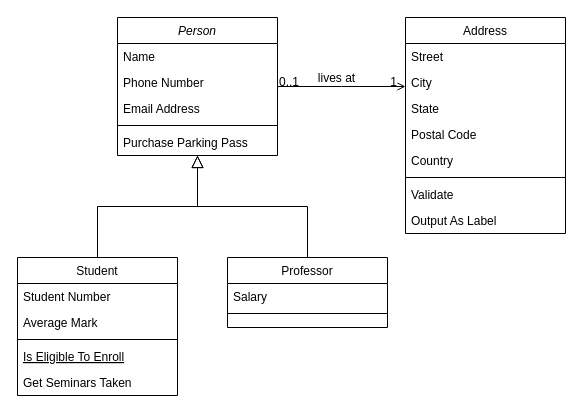
This is Diagramme sans nom.drawio from FatimaZahraMouket/WebSite_WordPress, a draw.io file, before an edit. Source tidied: cells renumbered, new cells numbered last; positions are measured from the earlier drawing's top-left corner, leaving out a move shared by most shapes. Both pictures are drawn from the tidied source at 100%, with x=0, y=0 at pixel (17, 17).
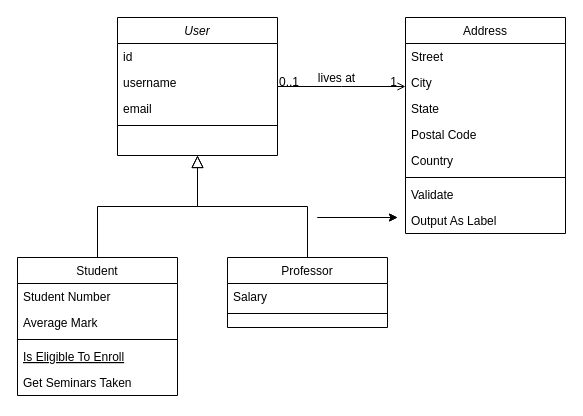
Above is the later version.

Commit message:
Mettre à jour Diagramme sans nom.drawio

Change to the diagram source:
```diff
@@
-    <mxCell id="2" value="Person" style="swimlane;fontStyle=2;align=center;verticalAlign=top;horizontal=1;startSize=26;rounded=0;shadow=0;strokeWidth=1;" parent="1" vertex="1">
+    <mxCell id="2" value="User" style="swimlane;fontStyle=2;align=center;verticalAlign=top;horizontal=1;startSize=26;rounded=0;shadow=0;strokeWidth=1;" parent="1" vertex="1">
       <mxGeometry x="100" width="160" height="138" as="geometry" />
     </mxCell>
-    <mxCell id="3" value="Name" style="text;align=left;verticalAlign=top;spacingLeft=4;spacingRight=4;overflow=hidden;" parent="2" vertex="1">
+    <mxCell id="3" value="id" style="text;align=left;verticalAlign=top;spacingLeft=4;spacingRight=4;overflow=hidden;" parent="2" vertex="1">
       <mxGeometry y="26" width="160" height="26" as="geometry" />
     </mxCell>
-    <mxCell id="4" value="Phone Number" style="text;align=left;verticalAlign=top;spacingLeft=4;spacingRight=4;overflow=hidden;rounded=0;shadow=0;html=0;" parent="2" vertex="1">
+    <mxCell id="4" value="username" style="text;align=left;verticalAlign=top;spacingLeft=4;spacingRight=4;overflow=hidden;rounded=0;shadow=0;html=0;" parent="2" vertex="1">
       <mxGeometry y="52" width="160" height="26" as="geometry" />
     </mxCell>
-    <mxCell id="5" value="Email Address" style="text;align=left;verticalAlign=top;spacingLeft=4;spacingRight=4;overflow=hidden;rounded=0;shadow=0;html=0;" parent="2" vertex="1">
+    <mxCell id="5" value="email" style="text;align=left;verticalAlign=top;spacingLeft=4;spacingRight=4;overflow=hidden;rounded=0;shadow=0;html=0;" parent="2" vertex="1">
       <mxGeometry y="78" width="160" height="26" as="geometry" />
     </mxCell>
@@
-    <mxCell id="7" value="Purchase Parking Pass" style="text;align=left;verticalAlign=top;spacingLeft=4;spacingRight=4;overflow=hidden;" parent="2" vertex="1">
-      <mxGeometry y="112" width="160" height="26" as="geometry" />
-    </mxCell>
@@
+    <mxCell id="32" style="edgeStyle=none;orthogonalLoop=1;jettySize=auto;html=1;rounded=0;" parent="1" edge="1">
+      <mxGeometry relative="1" as="geometry">
+        <mxPoint x="300" y="200" as="sourcePoint" />
+        <mxPoint x="380" y="200" as="targetPoint" />
+      </mxGeometry>
+    </mxCell>
+    <mxCell id="33" style="edgeStyle=none;orthogonalLoop=1;jettySize=auto;html=1;rounded=0;" parent="1" edge="1">
+      <mxGeometry relative="1" as="geometry">
+        <mxPoint x="300" y="200" as="sourcePoint" />
+        <mxPoint x="380" y="200" as="targetPoint" />
+      </mxGeometry>
+    </mxCell>
```
